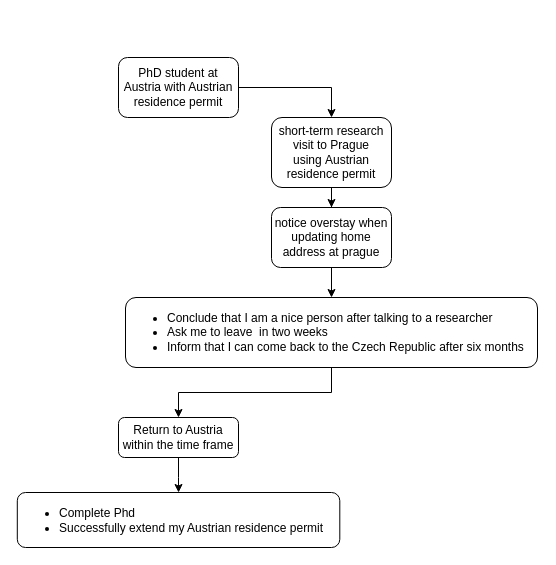
Zhang-Liao/draw-io keeps this draw.io diagram as czech-visa.drawio. Above is the earlier version. Source tidied: cells renumbered, new cells numbered last; positions are measured from the earlier drawing's top-left corner, leaving out a move shared by most shapes. Both pictures are drawn from the tidied source at 100%, with x=0, y=0 at pixel (17, 57).
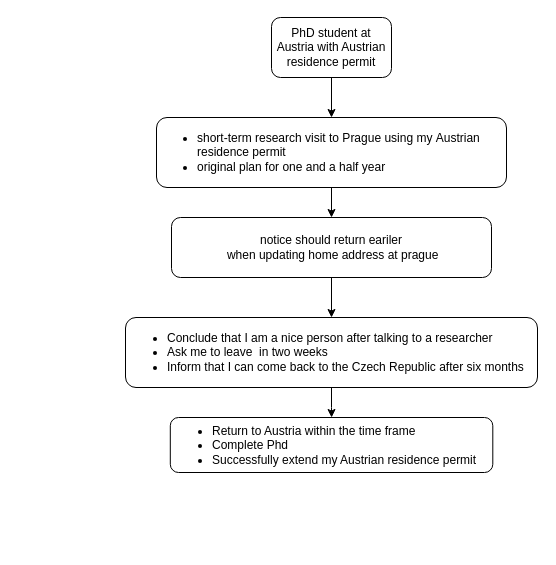
The same page after the edit.

What changed in the source:
```diff
@@
 <mxGraphModel>
   <root>
     <mxCell id="0" />
     <mxCell id="1" parent="0" />
-    <mxCell id="2" style="edgeStyle=orthogonalEdgeStyle;rounded=0;jettySize=auto;html=1;exitX=1;exitY=0.5;exitDx=0;exitDy=0;entryX=0.5;entryY=0;entryDx=0;entryDy=0;" parent="1" edge="1" source="3" target="4">
+    <mxCell id="2" style="edgeStyle=orthogonalEdgeStyle;rounded=0;jettySize=auto;html=1;entryX=0.5;entryY=0;entryDx=0;entryDy=0;" parent="1" edge="1" source="3" target="4">
       <mxGeometry relative="1" as="geometry" />
     </mxCell>
     <mxCell id="3" value="PhD student at Austria with Austrian residence permit" style="rounded=1;whiteSpace=wrap;html=1;" parent="1" vertex="1">
-      <mxGeometry x="101" width="120" height="60" as="geometry" />
+      <mxGeometry x="254" y="-40" width="120" height="60" as="geometry" />
     </mxCell>
-    <mxCell id="4" value="short-term research visit to Prague&lt;div&gt;using&amp;nbsp;&lt;span style=&quot;background-color: transparent; color: light-dark(rgb(0, 0, 0), rgb(255, 255, 255));&quot;&gt;Austrian residence permit&lt;/span&gt;&lt;/div&gt;" style="rounded=1;whiteSpace=wrap;html=1;" parent="1" vertex="1">
-      <mxGeometry x="254" y="60" width="120" height="70" as="geometry" />
+    <mxCell id="4" value="&lt;ul&gt;&lt;li style=&quot;text-align: left;&quot;&gt;short-term research visit to Prague using my&amp;nbsp;&lt;span style=&quot;background-color: transparent; color: light-dark(rgb(0, 0, 0), rgb(255, 255, 255));&quot;&gt;Austrian residence permit&lt;/span&gt;&lt;/li&gt;&lt;li style=&quot;text-align: left;&quot;&gt;original plan for one and a half year&lt;/li&gt;&lt;/ul&gt;" style="rounded=1;whiteSpace=wrap;html=1;" parent="1" vertex="1">
+      <mxGeometry x="139" y="60" width="350" height="70" as="geometry" />
     </mxCell>
-    <mxCell id="5" style="edgeStyle=orthogonalEdgeStyle;rounded=0;jettySize=auto;html=1;entryX=0.5;entryY=0;entryDx=0;entryDy=0;exitX=0.5;exitY=1;exitDx=0;exitDy=0;" parent="1" edge="1" source="9" target="12">
+    <mxCell id="5" style="edgeStyle=orthogonalEdgeStyle;rounded=0;jettySize=auto;html=1;exitX=0.5;exitY=1;exitDx=0;exitDy=0;" parent="1" edge="1" source="9" target="10">
       <mxGeometry relative="1" as="geometry" />
     </mxCell>
     <mxCell id="6" style="edgeStyle=orthogonalEdgeStyle;rounded=0;jettySize=auto;html=1;entryX=0.5;entryY=0;entryDx=0;entryDy=0;" parent="1" edge="1" source="7" target="9">
       <mxGeometry relative="1" as="geometry" />
     </mxCell>
-    <mxCell id="7" value="notice overstay when updating home address at prague" style="rounded=1;whiteSpace=wrap;html=1;" parent="1" vertex="1">
-      <mxGeometry x="254" y="150" width="120" height="60" as="geometry" />
+    <mxCell id="7" value="notice should return eariler&lt;div&gt;&amp;nbsp;when updating home address at prague&lt;/div&gt;" style="rounded=1;whiteSpace=wrap;html=1;" parent="1" vertex="1">
+      <mxGeometry x="154" y="160" width="320" height="60" as="geometry" />
     </mxCell>
     <mxCell id="8" style="edgeStyle=orthogonalEdgeStyle;rounded=0;jettySize=auto;html=1;entryX=0.5;entryY=0;entryDx=0;entryDy=0;" parent="1" edge="1" source="4" target="7">
       <mxGeometry relative="1" as="geometry" />
     </mxCell>
     <mxCell id="9" value="&lt;div&gt;&lt;ul&gt;&lt;li&gt;Conclude that I am a nice person after talking to a researcher&lt;/li&gt;&lt;li&gt;Ask me to leave&amp;nbsp; in two weeks&lt;/li&gt;&lt;li&gt;&lt;span style=&quot;background-color: transparent; color: light-dark(rgb(0, 0, 0), rgb(255, 255, 255));&quot;&gt;Inform that I can come back to the Czech Republic after six months&lt;/span&gt;&lt;/li&gt;&lt;/ul&gt;&lt;/div&gt;" style="rounded=1;whiteSpace=wrap;html=1;align=left;" parent="1" vertex="1">
-      <mxGeometry x="108" y="240" width="412" height="70" as="geometry" />
+      <mxGeometry x="108" y="260" width="412" height="70" as="geometry" />
     </mxCell>
-    <mxCell id="10" value="&lt;ul&gt;&lt;li&gt;&lt;span style=&quot;background-color: transparent; color: light-dark(rgb(0, 0, 0), rgb(255, 255, 255));&quot;&gt;Complete&lt;/span&gt;&lt;span style=&quot;background-color: transparent; color: light-dark(rgb(0, 0, 0), rgb(255, 255, 255));&quot;&gt;&amp;nbsp;Phd&lt;/span&gt;&lt;/li&gt;&lt;li&gt;&lt;span style=&quot;background-color: transparent; color: light-dark(rgb(0, 0, 0), rgb(255, 255, 255));&quot;&gt;Successfully extend my Austrian residence permit&lt;/span&gt;&lt;/li&gt;&lt;/ul&gt;" style="rounded=1;whiteSpace=wrap;html=1;align=left;" parent="1" vertex="1">
-      <mxGeometry x="-0.2" y="435" width="322.5" height="55" as="geometry" />
+    <mxCell id="10" value="&lt;ul&gt;&lt;li&gt;&lt;span style=&quot;background-color: transparent; color: light-dark(rgb(0, 0, 0), rgb(255, 255, 255));&quot;&gt;&lt;/span&gt;&lt;span style=&quot;text-align: center;&quot;&gt;Return to Austria within the time frame&lt;/span&gt;&lt;/li&gt;&lt;li&gt;&lt;span style=&quot;background-color: transparent; color: light-dark(rgb(0, 0, 0), rgb(255, 255, 255));&quot;&gt;Complete&lt;/span&gt;&lt;span style=&quot;background-color: transparent; color: light-dark(rgb(0, 0, 0), rgb(255, 255, 255));&quot;&gt;&amp;nbsp;Phd&lt;/span&gt;&lt;/li&gt;&lt;li&gt;&lt;span style=&quot;background-color: transparent; color: light-dark(rgb(0, 0, 0), rgb(255, 255, 255));&quot;&gt;Successfully extend my Austrian residence permit&lt;/span&gt;&lt;/li&gt;&lt;/ul&gt;" style="rounded=1;whiteSpace=wrap;html=1;align=left;" parent="1" vertex="1">
+      <mxGeometry x="152.8" y="360" width="322.5" height="55" as="geometry" />
     </mxCell>
-    <mxCell id="11" style="edgeStyle=orthogonalEdgeStyle;rounded=0;jettySize=auto;html=1;entryX=0.5;entryY=0;entryDx=0;entryDy=0;" parent="1" edge="1" source="12" target="10">
-      <mxGeometry relative="1" as="geometry" />
-    </mxCell>
-    <mxCell id="12" value="&lt;span style=&quot;background-color: transparent; color: light-dark(rgb(0, 0, 0), rgb(255, 255, 255));&quot;&gt;Return to Austria within the time frame&lt;/span&gt;" style="rounded=1;whiteSpace=wrap;html=1;" parent="1" vertex="1">
-      <mxGeometry x="101" y="360" width="120" height="40" as="geometry" />
-    </mxCell>
   </root>
 </mxGraphModel>
```
